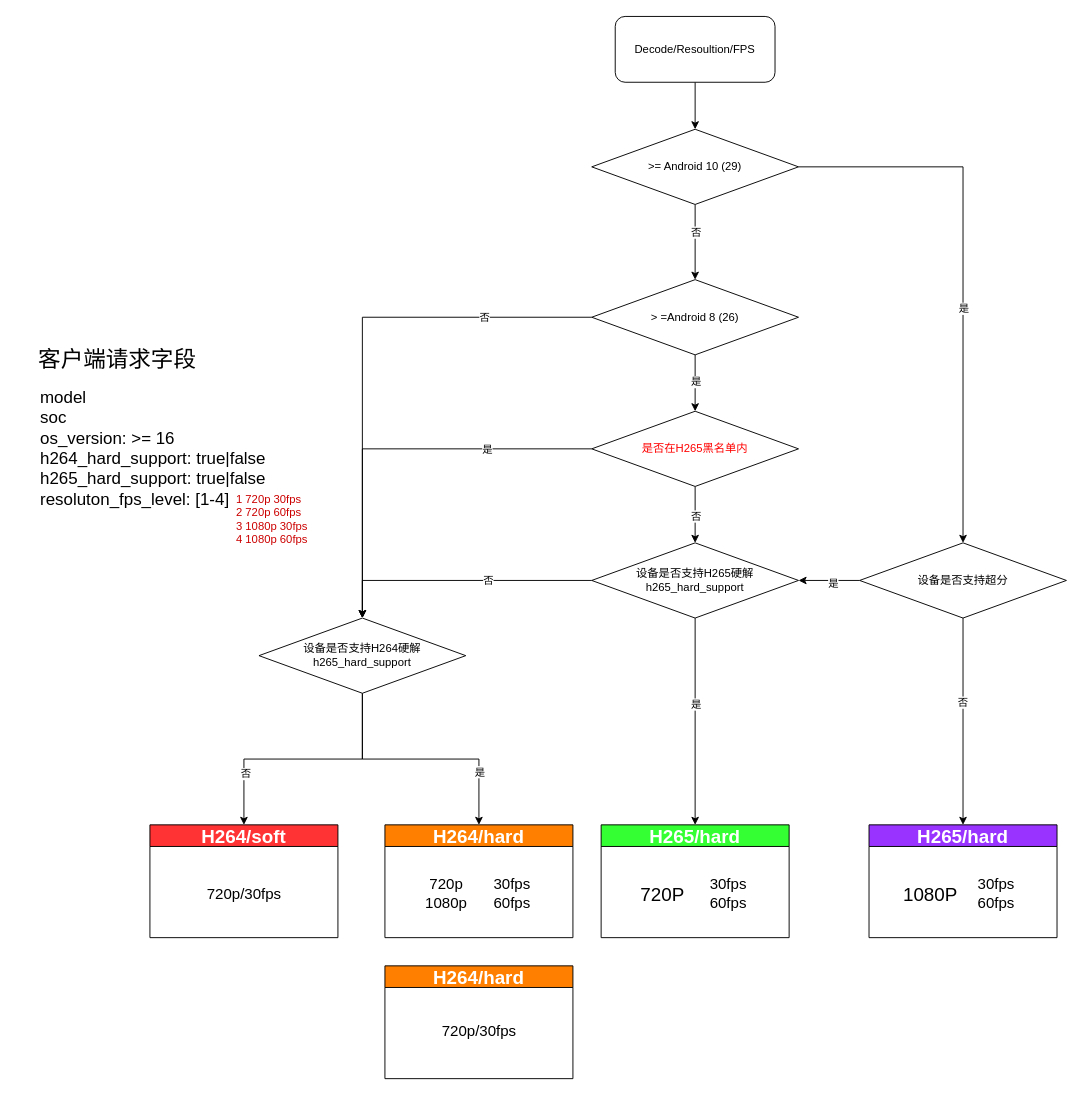
Before: H265判断流程.drawio in Eveninger/draw.io, a draw.io diagram. Source tidied: cells renumbered, new cells numbered last; positions are measured from the earlier drawing's top-left corner, leaving out a move shared by most shapes. Both pictures are drawn from the tidied source at 94%, with x=0, y=0 at pixel (16, 16).
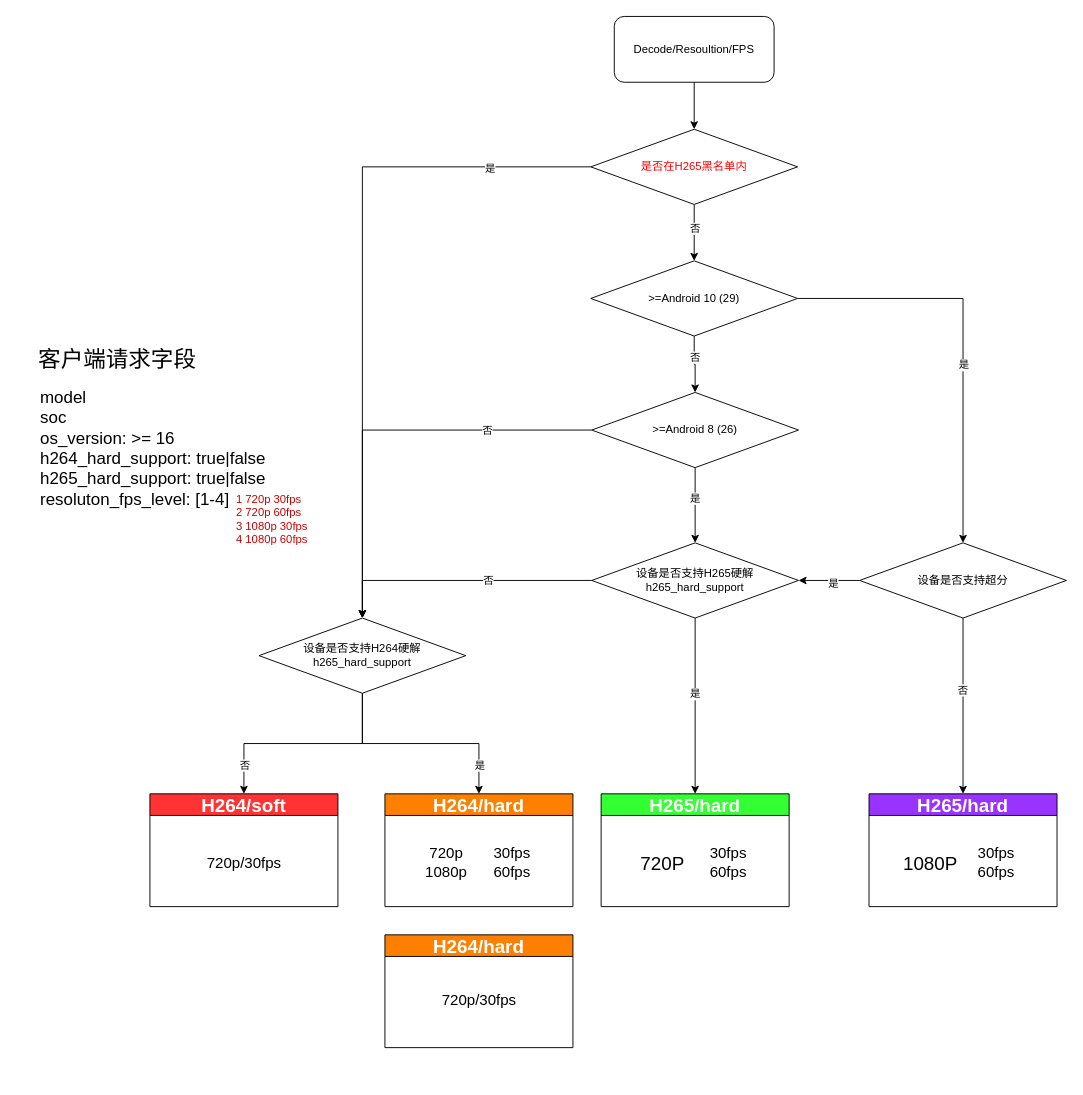
After the change.

Commit message:
更新H265判断流程.drawio

The change refers to these unchanged cells:
```xml
<mxCell id="9" style="edgeStyle=orthogonalEdgeStyle;rounded=0;jettySize=auto;html=1;" parent="1" edge="1" source="13" target="18">
  <mxGeometry relative="1" as="geometry" />
</mxCell>
<mxCell id="14" style="edgeStyle=orthogonalEdgeStyle;rounded=0;jettySize=auto;html=1;" parent="1" edge="1" source="18" target="34">
  <mxGeometry relative="1" as="geometry" />
</mxCell>
<mxCell id="16" style="edgeStyle=orthogonalEdgeStyle;rounded=0;jettySize=auto;html=1;" parent="1" edge="1" source="18" target="36">
  <mxGeometry relative="1" as="geometry" />
</mxCell>
<mxCell id="18" value="设备是否支持H264硬解&lt;br&gt;h265_hard_support" style="rhombus;whiteSpace=wrap;html=1;" parent="1" vertex="1">
  <mxGeometry x="258" y="640" width="220" height="80" as="geometry" />
</mxCell>
<mxCell id="26" style="edgeStyle=orthogonalEdgeStyle;rounded=0;jettySize=auto;html=1;" parent="1" edge="1" source="28" target="39">
  <mxGeometry relative="1" as="geometry" />
</mxCell>
<mxCell id="28" value="设备是否支持H265硬解&lt;br&gt;h265_hard_support" style="rhombus;whiteSpace=wrap;html=1;" parent="1" vertex="1">
  <mxGeometry x="612" y="560" width="220" height="80" as="geometry" />
</mxCell>
```

The edit, as a diff of the source:
```diff
@@
-    <mxCell id="2" style="edgeStyle=orthogonalEdgeStyle;rounded=0;jettySize=auto;html=1;" parent="1" edge="1" source="3" target="8">
-      <mxGeometry relative="1" as="geometry" />
-    </mxCell>
+    <mxCell id="52" style="edgeStyle=orthogonalEdgeStyle;rounded=0;jettySize=auto;html=1;entryX=0.5;entryY=0;entryDx=0;entryDy=0;" parent="1" edge="1" source="3" target="33">
+      <mxGeometry relative="1" as="geometry" />
+    </mxCell>
     <mxCell id="3" value="Decode/Resoultion/FPS" style="rounded=1;whiteSpace=wrap;html=1;" parent="1" vertex="1">
-      <mxGeometry x="637" width="170" height="70" as="geometry" />
+      <mxGeometry x="636" width="170" height="70" as="geometry" />
     </mxCell>
@@
-    <mxCell id="8" value="&amp;gt;= Android 10 (29)" style="rhombus;whiteSpace=wrap;html=1;" parent="1" vertex="1">
-      <mxGeometry x="612" y="120" width="220" height="80" as="geometry" />
+    <mxCell id="8" value="&amp;gt;=Android 10 (29)" style="rhombus;whiteSpace=wrap;html=1;" parent="1" vertex="1">
+      <mxGeometry x="611" y="260" width="220" height="80" as="geometry" />
     </mxCell>
@@
     <mxCell id="10" value="否" style="edgeLabel;html=1;align=center;verticalAlign=middle;" parent="9" vertex="1">
       <mxGeometry x="-0.23" relative="1" as="geometry">
-        <mxPoint x="102" as="offset" />
+        <mxPoint x="59" as="offset" />
       </mxGeometry>
     </mxCell>
-    <mxCell id="11" style="edgeStyle=orthogonalEdgeStyle;rounded=0;jettySize=auto;html=1;" parent="1" edge="1" source="13" target="33">
-      <mxGeometry relative="1" as="geometry" />
-    </mxCell>
-    <mxCell id="12" value="是" style="edgeLabel;html=1;align=center;verticalAlign=middle;" parent="11" vertex="1">
-      <mxGeometry x="-0.08" relative="1" as="geometry" />
-    </mxCell>
+    <mxCell id="53" style="edgeStyle=orthogonalEdgeStyle;rounded=0;jettySize=auto;html=1;" parent="1" edge="1" source="13" target="28">
+      <mxGeometry relative="1" as="geometry" />
+    </mxCell>
+    <mxCell id="54" value="是" style="edgeLabel;html=1;align=center;verticalAlign=middle;" parent="53" vertex="1">
+      <mxGeometry x="-0.19" y="2" relative="1" as="geometry">
+        <mxPoint x="-3" as="offset" />
+      </mxGeometry>
+    </mxCell>
-    <mxCell id="13" value="&amp;gt; =Android 8 (26)" style="rhombus;whiteSpace=wrap;html=1;" parent="1" vertex="1">
-      <mxGeometry x="612" y="280" width="220" height="80" as="geometry" />
+    <mxCell id="13" value="&amp;gt;=Android 8 (26)" style="rhombus;whiteSpace=wrap;html=1;" parent="1" vertex="1">
+      <mxGeometry x="612" y="400" width="220" height="80" as="geometry" />
     </mxCell>
@@
     <mxCell id="15" value="否" style="edgeLabel;html=1;align=center;verticalAlign=middle;" parent="14" vertex="1">
       <mxGeometry x="0.58" y="1" relative="1" as="geometry">
-        <mxPoint y="1" as="offset" />
+        <mxPoint x="-1" y="18" as="offset" />
       </mxGeometry>
     </mxCell>
@@
     <mxCell id="17" value="是" style="edgeLabel;html=1;align=center;verticalAlign=middle;" parent="16" vertex="1">
-      <mxGeometry x="0.57" relative="1" as="geometry" />
+      <mxGeometry x="0.57" relative="1" as="geometry">
+        <mxPoint y="19" as="offset" />
+      </mxGeometry>
     </mxCell>
@@
     <mxCell id="27" value="是" style="edgeLabel;html=1;align=center;verticalAlign=middle;" parent="26" vertex="1">
       <mxGeometry x="-0.18" relative="1" as="geometry">
-        <mxPoint y="1" as="offset" />
+        <mxPoint x="-1" y="3" as="offset" />
       </mxGeometry>
     </mxCell>
@@
-    <mxCell id="29" style="edgeStyle=orthogonalEdgeStyle;rounded=0;jettySize=auto;html=1;" parent="1" edge="1" source="33" target="28">
-      <mxGeometry relative="1" as="geometry" />
-    </mxCell>
-    <mxCell id="30" value="否" style="edgeLabel;html=1;align=center;verticalAlign=middle;" parent="29" vertex="1">
-      <mxGeometry x="0.03" relative="1" as="geometry" />
-    </mxCell>
-    <mxCell id="31" style="edgeStyle=orthogonalEdgeStyle;rounded=0;jettySize=auto;html=1;entryX=0.5;entryY=0;entryDx=0;entryDy=0;" parent="1" edge="1" source="33" target="18">
-      <mxGeometry relative="1" as="geometry" />
-    </mxCell>
-    <mxCell id="32" value="是" style="edgeLabel;html=1;align=center;verticalAlign=middle;" parent="31" vertex="1">
-      <mxGeometry x="-0.47" relative="1" as="geometry" />
-    </mxCell>
-    <mxCell id="33" value="&lt;font color=&quot;#ff0000&quot;&gt;是否在H265黑名单内&lt;/font&gt;" style="rhombus;whiteSpace=wrap;html=1;" parent="1" vertex="1">
-      <mxGeometry x="612" y="420" width="220" height="80" as="geometry" />
-    </mxCell>
     <mxCell id="34" value="&lt;font style=&quot;font-size: 20px;&quot;&gt;H264/soft&lt;/font&gt;" style="swimlane;whiteSpace=wrap;html=1;fillColor=#FF3333;startSize=23;fontSize=20;fontColor=#FFFFFF;" parent="1" vertex="1">
-      <mxGeometry x="142" y="860" width="200" height="120" as="geometry" />
+      <mxGeometry x="142" y="827" width="200" height="120" as="geometry" />
     </mxCell>
@@
     <mxCell id="36" value="&lt;font style=&quot;font-size: 20px;&quot;&gt;H264/hard&lt;/font&gt;" style="swimlane;whiteSpace=wrap;html=1;fillColor=#FF8000;startSize=23;fontSize=20;fontColor=#FFFFFF;" parent="1" vertex="1">
-      <mxGeometry x="392" y="860" width="200" height="120" as="geometry" />
+      <mxGeometry x="392" y="827" width="200" height="120" as="geometry" />
     </mxCell>
@@
     <mxCell id="39" value="&lt;font style=&quot;font-size: 20px;&quot;&gt;H265/hard&lt;/font&gt;" style="swimlane;whiteSpace=wrap;html=1;fillColor=#33FF33;startSize=23;fontSize=20;fontColor=#FFFFFF;" parent="1" vertex="1">
-      <mxGeometry x="622" y="860" width="200" height="120" as="geometry" />
+      <mxGeometry x="622" y="827" width="200" height="120" as="geometry" />
     </mxCell>
@@
     <mxCell id="42" value="&lt;font style=&quot;font-size: 20px;&quot;&gt;H265/hard&lt;/font&gt;" style="swimlane;whiteSpace=wrap;html=1;fillColor=#9933FF;startSize=23;fontSize=20;fontColor=#FFFFFF;" parent="1" vertex="1">
-      <mxGeometry x="907" y="860" width="200" height="120" as="geometry" />
+      <mxGeometry x="907" y="827" width="200" height="120" as="geometry" />
     </mxCell>
@@
     <mxCell id="45" value="&lt;font style=&quot;font-size: 20px;&quot;&gt;H264/hard&lt;/font&gt;" style="swimlane;whiteSpace=wrap;html=1;fillColor=#FF8000;startSize=23;fontSize=20;fontColor=#FFFFFF;" parent="1" vertex="1">
-      <mxGeometry x="392" y="1010" width="200" height="120" as="geometry" />
+      <mxGeometry x="392" y="977" width="200" height="120" as="geometry" />
     </mxCell>
@@
+    <mxCell id="55" style="edgeStyle=orthogonalEdgeStyle;rounded=0;jettySize=auto;html=1;entryX=0.5;entryY=0;entryDx=0;entryDy=0;" parent="1" edge="1" source="33" target="8">
+      <mxGeometry relative="1" as="geometry" />
+    </mxCell>
+    <mxCell id="30" value="否" style="edgeLabel;html=1;align=center;verticalAlign=middle;" parent="55" vertex="1">
+      <mxGeometry x="-0.18" y="2" relative="1" as="geometry">
+        <mxPoint x="-2" as="offset" />
+      </mxGeometry>
+    </mxCell>
+    <mxCell id="31" style="edgeStyle=orthogonalEdgeStyle;rounded=0;jettySize=auto;html=1;entryX=0.5;entryY=0;entryDx=0;entryDy=0;" parent="1" edge="1" source="33" target="18">
+      <mxGeometry relative="1" as="geometry" />
+    </mxCell>
+    <mxCell id="56" value="是" style="edgeLabel;html=1;align=center;verticalAlign=middle;" parent="31" vertex="1">
+      <mxGeometry x="-0.7" y="4" relative="1" as="geometry">
+        <mxPoint y="-3" as="offset" />
+      </mxGeometry>
+    </mxCell>
+    <mxCell id="33" value="&lt;font color=&quot;#ff0000&quot;&gt;是否在H265黑名单内&lt;/font&gt;" style="rhombus;whiteSpace=wrap;html=1;" parent="1" vertex="1">
+      <mxGeometry x="611" y="120" width="220" height="80" as="geometry" />
+    </mxCell>
```
